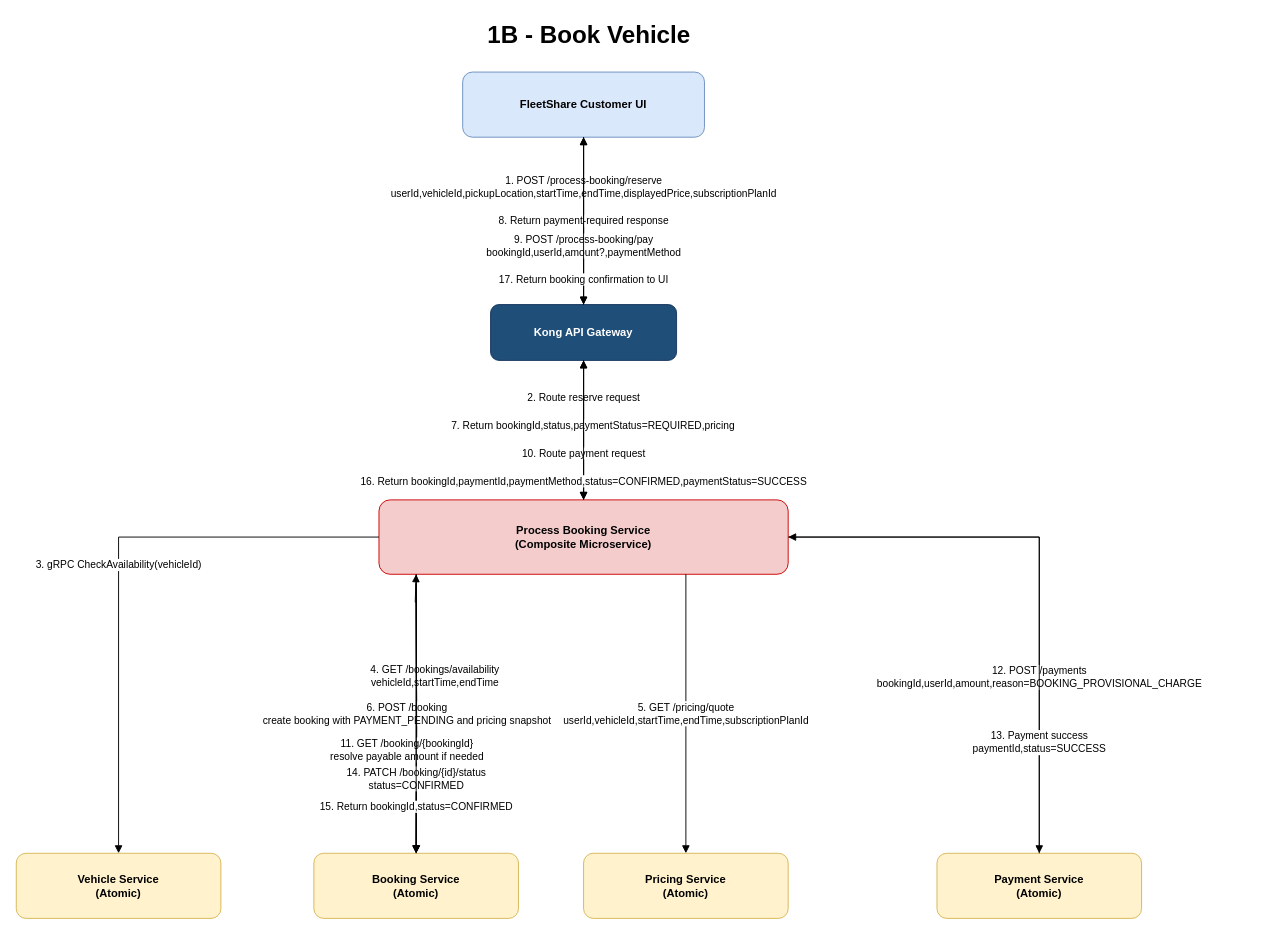
Before: docs/report/us1b-Process-Booking.drawio in srikartejab/fleetshare, a draw.io diagram. Source tidied: cells renumbered, new cells numbered last; positions are measured from the earlier drawing's top-left corner, leaving out a move shared by most shapes. Both pictures are drawn from the tidied source at 93%, with x=0, y=0 at pixel (16, 16).
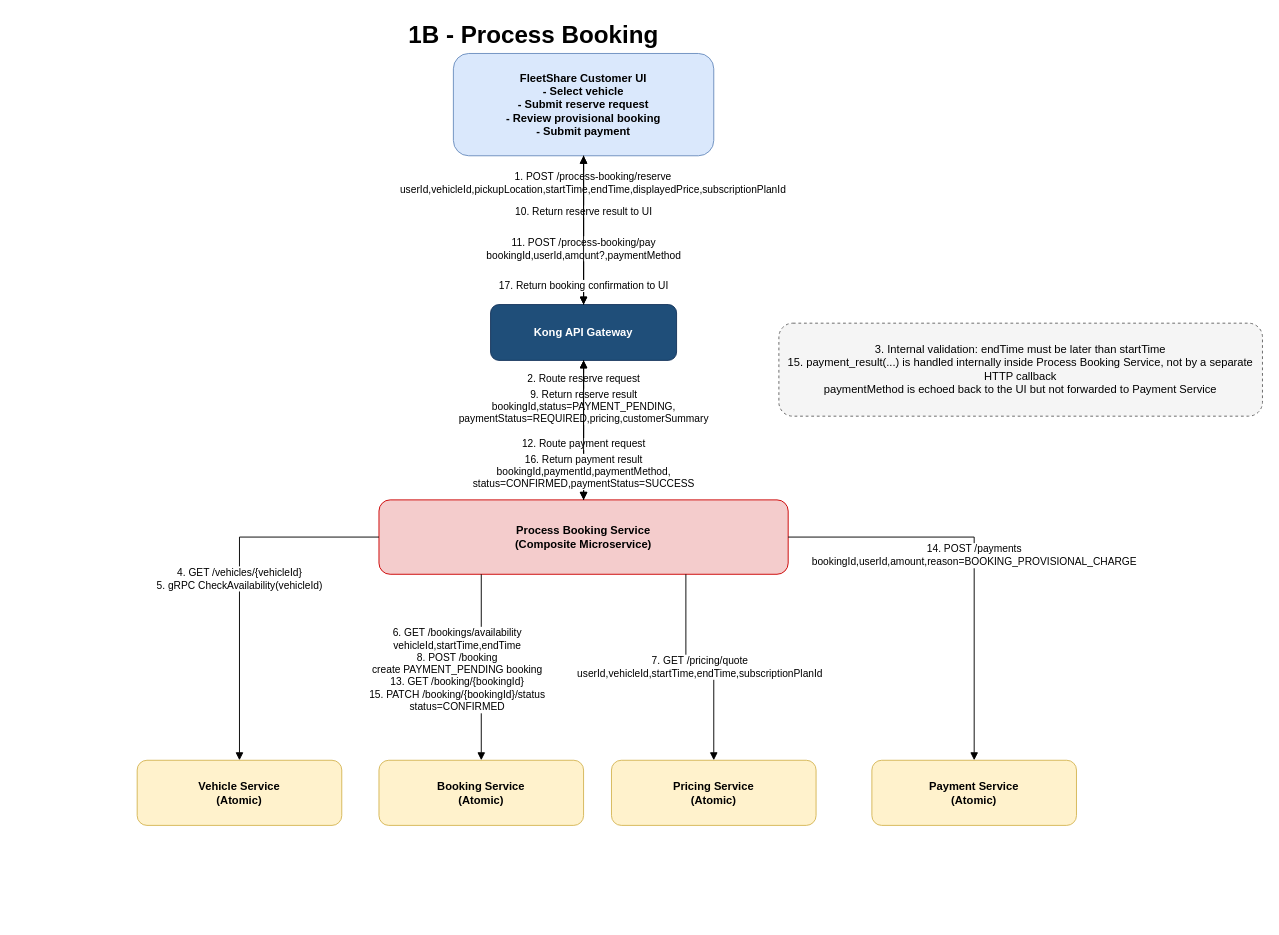
The same page after the edit.

The change refers to these unchanged cells:
```xml
<mxCell id="4" value="Kong API Gateway" style="rounded=1;whiteSpace=wrap;html=1;fillColor=#1f4e79;strokeColor=#17365d;fontColor=#ffffff;fontStyle=1;" parent="1" vertex="1">
  <mxGeometry x="510" y="310" width="200" height="60" as="geometry" />
</mxCell>
<mxCell id="5" value="Process Booking Service&#10;(Composite Microservice)" style="rounded=1;whiteSpace=wrap;html=1;fillColor=#f4cccc;strokeColor=#cc0000;fontStyle=1;" parent="1" vertex="1">
  <mxGeometry x="390" y="520" width="440" height="80" as="geometry" />
</mxCell>
```

Diff of the diagram source:
```diff
@@
-    <mxCell id="2" value="1B - Book Vehicle&amp;nbsp;" style="text;html=1;strokeColor=none;fillColor=none;align=left;verticalAlign=middle;fontSize=26;fontStyle=1;" parent="1" vertex="1">
-      <mxGeometry x="505" width="210" height="40" as="geometry" />
+    <mxCell id="2" value="1B - Process Booking" style="text;html=1;strokeColor=none;fillColor=none;align=left;verticalAlign=middle;fontSize=26;fontStyle=1;" parent="1" vertex="1">
+      <mxGeometry x="420" width="340" height="40" as="geometry" />
     </mxCell>
-    <mxCell id="3" value="FleetShare Customer UI" style="rounded=1;whiteSpace=wrap;html=1;fillColor=#dae8fc;strokeColor=#6c8ebf;fontStyle=1;" parent="1" vertex="1">
-      <mxGeometry x="480" y="60" width="260" height="70" as="geometry" />
+    <mxCell id="3" value="FleetShare Customer UI&#10;- Select vehicle&#10;- Submit reserve request&#10;- Review provisional booking&#10;- Submit payment" style="rounded=1;whiteSpace=wrap;html=1;fillColor=#dae8fc;strokeColor=#6c8ebf;fontStyle=1;" parent="1" vertex="1">
+      <mxGeometry x="470" y="40" width="280" height="110" as="geometry" />
     </mxCell>
@@
     <mxCell id="6" value="Vehicle Service&#10;(Atomic)" style="rounded=1;whiteSpace=wrap;html=1;fillColor=#fff2cc;strokeColor=#d6b656;fontStyle=1;" parent="1" vertex="1">
-      <mxGeometry y="900" width="220" height="70" as="geometry" />
+      <mxGeometry x="130" y="800" width="220" height="70" as="geometry" />
     </mxCell>
     <mxCell id="7" value="Booking Service&#10;(Atomic)" style="rounded=1;whiteSpace=wrap;html=1;fillColor=#fff2cc;strokeColor=#d6b656;fontStyle=1;" parent="1" vertex="1">
-      <mxGeometry x="320" y="900" width="220" height="70" as="geometry" />
+      <mxGeometry x="390" y="800" width="220" height="70" as="geometry" />
     </mxCell>
     <mxCell id="8" value="Pricing Service&#10;(Atomic)" style="rounded=1;whiteSpace=wrap;html=1;fillColor=#fff2cc;strokeColor=#d6b656;fontStyle=1;" parent="1" vertex="1">
-      <mxGeometry x="610" y="900" width="220" height="70" as="geometry" />
+      <mxGeometry x="640" y="800" width="220" height="70" as="geometry" />
     </mxCell>
     <mxCell id="9" value="Payment Service&#10;(Atomic)" style="rounded=1;whiteSpace=wrap;html=1;fillColor=#fff2cc;strokeColor=#d6b656;fontStyle=1;" parent="1" vertex="1">
-      <mxGeometry x="990" y="900" width="220" height="70" as="geometry" />
+      <mxGeometry x="920" y="800" width="220" height="70" as="geometry" />
     </mxCell>
+    <mxCell id="27" value="3. Internal validation: endTime must be later than startTime&#10;15. payment_result(...) is handled internally inside Process Booking Service, not by a separate HTTP callback&#10;paymentMethod is echoed back to the UI but not forwarded to Payment Service" style="rounded=1;whiteSpace=wrap;html=1;fillColor=#f5f5f5;strokeColor=#666666;dashed=1;" parent="1" vertex="1">
+      <mxGeometry x="820" y="330" width="520" height="100" as="geometry" />
+    </mxCell>
     <mxCell id="10" value="1. POST /process-booking/reserve&#10;userId,vehicleId,pickupLocation,startTime,endTime,displayedPrice,subscriptionPlanId" style="edgeStyle=orthogonalEdgeStyle;rounded=0;jettySize=auto;html=1;endArrow=block;" parent="1" edge="1" source="3" target="4">
-      <mxGeometry x="-0.4" relative="1" as="geometry" />
+      <mxGeometry x="-0.62" y="10" relative="1" as="geometry" />
     </mxCell>
     <mxCell id="11" value="2. Route reserve request" style="edgeStyle=orthogonalEdgeStyle;rounded=0;jettySize=auto;html=1;endArrow=block;" parent="1" edge="1" source="4" target="5">
-      <mxGeometry x="-0.47" relative="1" as="geometry">
-        <Array as="points">
-          <mxPoint x="610" y="480" />
-          <mxPoint x="610" y="480" />
-        </Array>
-      </mxGeometry>
+      <mxGeometry x="-0.73" relative="1" as="geometry" />
     </mxCell>
-    <mxCell id="12" value="3. gRPC CheckAvailability(vehicleId)" style="edgeStyle=orthogonalEdgeStyle;rounded=0;jettySize=auto;html=1;endArrow=block;" parent="1" edge="1" source="5" target="6">
+    <mxCell id="12" value="4. GET /vehicles/{vehicleId}&#10;5. gRPC CheckAvailability(vehicleId)" style="edgeStyle=orthogonalEdgeStyle;rounded=0;jettySize=auto;html=1;endArrow=block;" parent="1" edge="1" source="5" target="6">
       <mxGeometry relative="1" as="geometry" />
     </mxCell>
-    <mxCell id="13" value="4. GET /bookings/availability&#10;vehicleId,startTime,endTime" style="edgeStyle=orthogonalEdgeStyle;rounded=0;jettySize=auto;html=1;endArrow=block;" parent="1" edge="1" target="7">
-      <mxGeometry x="-0.31" y="20" relative="1" as="geometry">
-        <mxPoint x="430" y="610" as="sourcePoint" />
+    <mxCell id="13" value="6. GET /bookings/availability&#10;vehicleId,startTime,endTime&#10;8. POST /booking&#10;create PAYMENT_PENDING booking&#10;13. GET /booking/{bookingId}&#10;15. PATCH /booking/{bookingId}/status&#10;status=CONFIRMED" style="edgeStyle=orthogonalEdgeStyle;rounded=0;jettySize=auto;html=1;endArrow=block;exitX=0.25;exitY=1;exitDx=0;exitDy=0;" parent="1" edge="1" source="5" target="7">
+      <mxGeometry x="0.03" y="-25" relative="1" as="geometry">
+        <mxPoint x="-1" as="offset" />
       </mxGeometry>
     </mxCell>
-    <mxCell id="14" value="5. GET /pricing/quote&#10;userId,vehicleId,startTime,endTime,subscriptionPlanId" style="edgeStyle=orthogonalEdgeStyle;rounded=0;jettySize=auto;html=1;endArrow=block;exitX=0.75;exitY=1;exitDx=0;exitDy=0;" parent="1" edge="1" source="5" target="8">
+    <mxCell id="14" value="7. GET /pricing/quote&#10;userId,vehicleId,startTime,endTime,subscriptionPlanId" style="edgeStyle=orthogonalEdgeStyle;rounded=0;jettySize=auto;html=1;endArrow=block;exitX=0.75;exitY=1;exitDx=0;exitDy=0;" parent="1" edge="1" source="5" target="8">
       <mxGeometry relative="1" as="geometry" />
     </mxCell>
-    <mxCell id="15" value="6. POST /booking&#10;create booking with PAYMENT_PENDING and pricing snapshot" style="edgeStyle=orthogonalEdgeStyle;rounded=0;jettySize=auto;html=1;endArrow=block;" parent="1" edge="1" target="7">
-      <mxGeometry y="-10" relative="1" as="geometry">
-        <mxPoint x="430" y="600" as="sourcePoint" />
-      </mxGeometry>
+    <mxCell id="15" value="9. Return reserve result&#10;bookingId,status=PAYMENT_PENDING,&#10;paymentStatus=REQUIRED,pricing,customerSummary" style="edgeStyle=orthogonalEdgeStyle;rounded=0;jettySize=auto;html=1;endArrow=block;" parent="1" edge="1" source="5" target="4">
+      <mxGeometry x="0.33" relative="1" as="geometry" />
     </mxCell>
-    <mxCell id="16" value="7. Return bookingId,status,paymentStatus=REQUIRED,pricing" style="edgeStyle=orthogonalEdgeStyle;rounded=0;jettySize=auto;html=1;endArrow=block;" parent="1" edge="1" source="5" target="4">
-      <mxGeometry x="0.07" y="-10" relative="1" as="geometry" />
+    <mxCell id="16" value="10. Return reserve result to UI" style="edgeStyle=orthogonalEdgeStyle;rounded=0;jettySize=auto;html=1;endArrow=block;" parent="1" edge="1" source="4" target="3">
+      <mxGeometry x="0.25" relative="1" as="geometry" />
     </mxCell>
-    <mxCell id="17" value="8. Return payment-required response" style="edgeStyle=orthogonalEdgeStyle;rounded=0;jettySize=auto;html=1;endArrow=block;" parent="1" edge="1" source="4" target="3">
-      <mxGeometry relative="1" as="geometry" />
+    <mxCell id="17" value="11. POST /process-booking/pay&#10;bookingId,userId,amount?,paymentMethod" style="edgeStyle=orthogonalEdgeStyle;rounded=0;jettySize=auto;html=1;endArrow=block;" parent="1" edge="1" source="3" target="4">
+      <mxGeometry x="0.25" relative="1" as="geometry" />
     </mxCell>
-    <mxCell id="18" value="9. POST /process-booking/pay&#10;bookingId,userId,amount?,paymentMethod" style="edgeStyle=orthogonalEdgeStyle;rounded=0;jettySize=auto;html=1;endArrow=block;" parent="1" edge="1" source="3" target="4">
-      <mxGeometry x="0.3" relative="1" as="geometry" />
+    <mxCell id="18" value="12. Route payment request" style="edgeStyle=orthogonalEdgeStyle;rounded=0;jettySize=auto;html=1;endArrow=block;" parent="1" edge="1" source="4" target="5">
+      <mxGeometry x="0.2" relative="1" as="geometry" />
     </mxCell>
-    <mxCell id="19" value="10. Route payment request" style="edgeStyle=orthogonalEdgeStyle;rounded=0;jettySize=auto;html=1;endArrow=block;" parent="1" edge="1" source="4" target="5">
-      <mxGeometry x="0.33" relative="1" as="geometry" />
+    <mxCell id="19" value="14. POST /payments&#10;bookingId,userId,amount,reason=BOOKING_PROVISIONAL_CHARGE" style="edgeStyle=orthogonalEdgeStyle;rounded=0;jettySize=auto;html=1;endArrow=block;" parent="1" edge="1" source="5" target="9">
+      <mxGeometry relative="1" as="geometry" />
     </mxCell>
-    <mxCell id="20" value="11. GET /booking/{bookingId}&#10;resolve payable amount if needed" style="edgeStyle=orthogonalEdgeStyle;rounded=0;jettySize=auto;html=1;endArrow=block;" parent="1" edge="1" target="7">
-      <mxGeometry x="0.24" y="-10" relative="1" as="geometry">
-        <mxPoint x="430" y="610" as="sourcePoint" />
-      </mxGeometry>
+    <mxCell id="20" value="16. Return payment result&#10;bookingId,paymentId,paymentMethod,&#10;status=CONFIRMED,paymentStatus=SUCCESS" style="edgeStyle=orthogonalEdgeStyle;rounded=0;jettySize=auto;html=1;endArrow=block;" parent="1" edge="1" source="5" target="4">
+      <mxGeometry x="-0.6" relative="1" as="geometry" />
     </mxCell>
-    <mxCell id="21" value="12. POST /payments&#10;bookingId,userId,amount,reason=BOOKING_PROVISIONAL_CHARGE" style="edgeStyle=orthogonalEdgeStyle;rounded=0;jettySize=auto;html=1;endArrow=block;" parent="1" edge="1" source="5" target="9">
-      <mxGeometry x="0.38" relative="1" as="geometry" />
+    <mxCell id="21" value="17. Return booking confirmation to UI" style="edgeStyle=orthogonalEdgeStyle;rounded=0;jettySize=auto;html=1;endArrow=block;" parent="1" edge="1" source="4" target="3">
+      <mxGeometry x="-0.75" relative="1" as="geometry" />
     </mxCell>
-    <mxCell id="22" value="13. Payment success&#10;paymentId,status=SUCCESS" style="edgeStyle=orthogonalEdgeStyle;rounded=0;jettySize=auto;html=1;endArrow=block;entryX=1;entryY=0.5;entryDx=0;entryDy=0;" parent="1" edge="1" source="9" target="5">
-      <mxGeometry x="-0.61" relative="1" as="geometry">
-        <Array as="points">
-          <mxPoint x="1100" y="560" />
-        </Array>
-      </mxGeometry>
-    </mxCell>
-    <mxCell id="23" value="14. PATCH /booking/{id}/status&#10;status=CONFIRMED" style="edgeStyle=orthogonalEdgeStyle;rounded=0;jettySize=auto;html=1;endArrow=block;exitX=0.091;exitY=1.005;exitDx=0;exitDy=0;exitPerimeter=0;" parent="1" edge="1" source="5" target="7">
-      <mxGeometry x="0.47" relative="1" as="geometry" />
-    </mxCell>
-    <mxCell id="24" value="15. Return bookingId,status=CONFIRMED" style="edgeStyle=orthogonalEdgeStyle;rounded=0;jettySize=auto;html=1;endArrow=block;exitX=0.5;exitY=0;exitDx=0;exitDy=0;" parent="1" edge="1" source="7">
-      <mxGeometry x="-0.67" relative="1" as="geometry">
-        <mxPoint x="430" y="600" as="targetPoint" />
-        <Array as="points">
-          <mxPoint x="430" y="630" />
-          <mxPoint x="429" y="630" />
-        </Array>
-      </mxGeometry>
-    </mxCell>
-    <mxCell id="25" value="16. Return bookingId,paymentId,paymentMethod,status=CONFIRMED,paymentStatus=SUCCESS" style="edgeStyle=orthogonalEdgeStyle;rounded=0;jettySize=auto;html=1;endArrow=block;" parent="1" edge="1" source="5" target="4">
-      <mxGeometry x="-0.73" relative="1" as="geometry" />
-    </mxCell>
-    <mxCell id="26" value="17. Return booking confirmation to UI" style="edgeStyle=orthogonalEdgeStyle;rounded=0;jettySize=auto;html=1;endArrow=block;" parent="1" edge="1" source="4" target="3">
-      <mxGeometry x="-0.7" relative="1" as="geometry" />
-    </mxCell>
```
